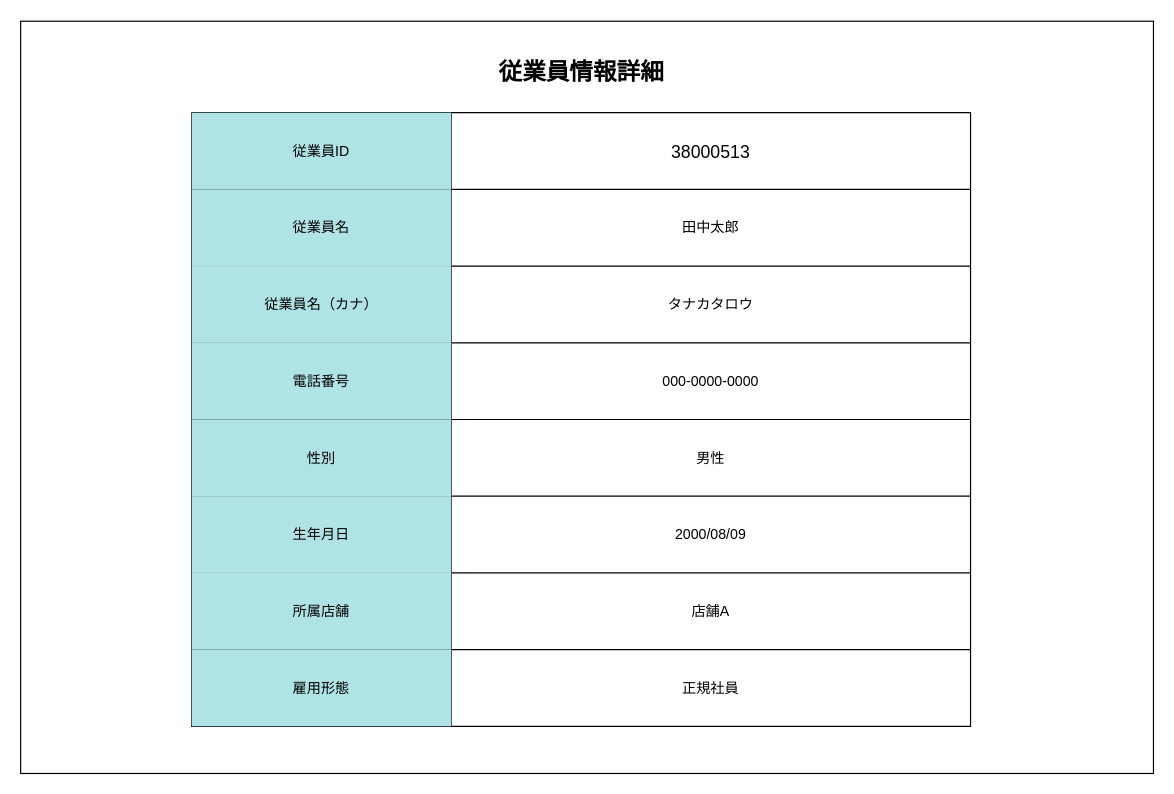
Before: page "S12-02 従業員情報詳細" (2 of 2) of 各種設計書/6.画面設計書/S12_従業員参照.drawio in HaruShim/Sotuken, a draw.io diagram. Source tidied: cells renumbered, new cells numbered last; positions are measured from the earlier drawing's top-left corner, leaving out a move shared by most shapes. Both pictures are drawn from the tidied source at 118%, with x=0, y=0 at pixel (20, 20). Pictures stored in the file or linked from it are replaced by grey dashed boxes.
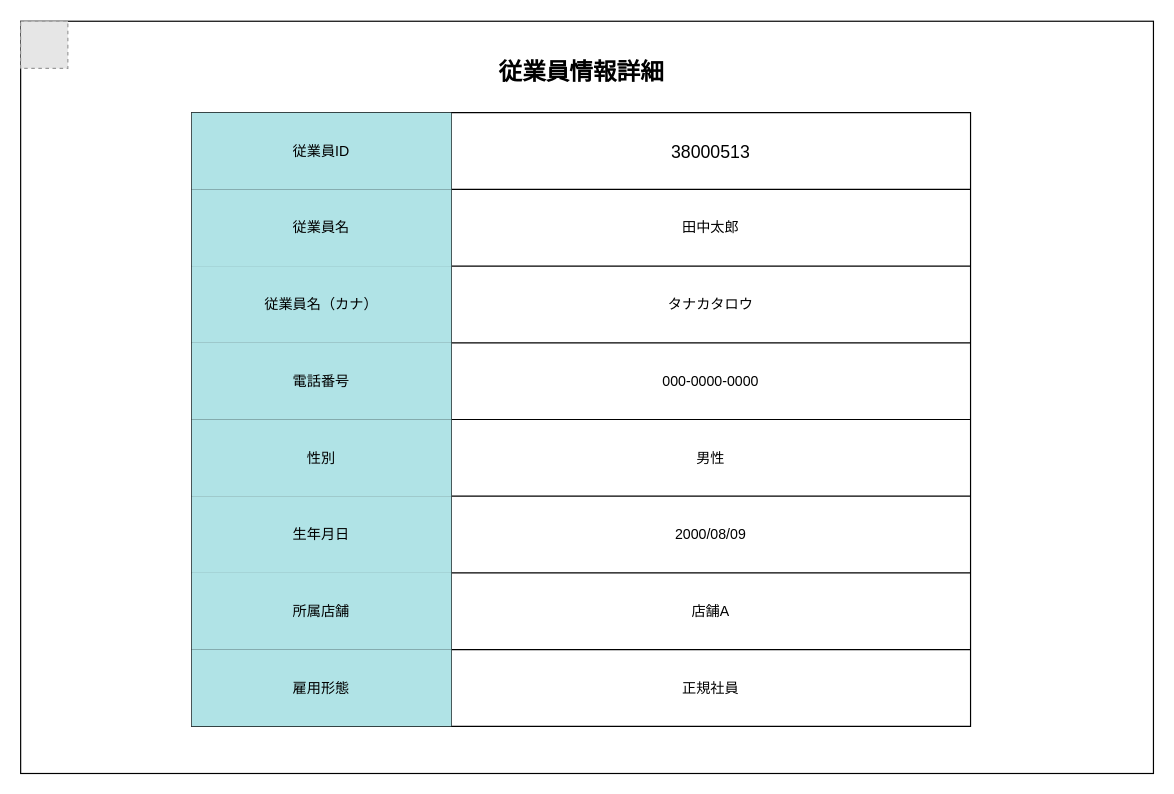
The same diagram, later.

What changed in the source:
```diff
@@
+    <mxCell id="29" style="fillColor=#E6E6E6;strokeColor=#999999;dashed=1;html=1;verticalAlign=top;verticalLabelPosition=bottom;labelBackgroundColor=#ffffff;" parent="1" vertex="1">
+      <mxGeometry y="0.5" width="40" height="40" as="geometry" />
+    </mxCell>
```
